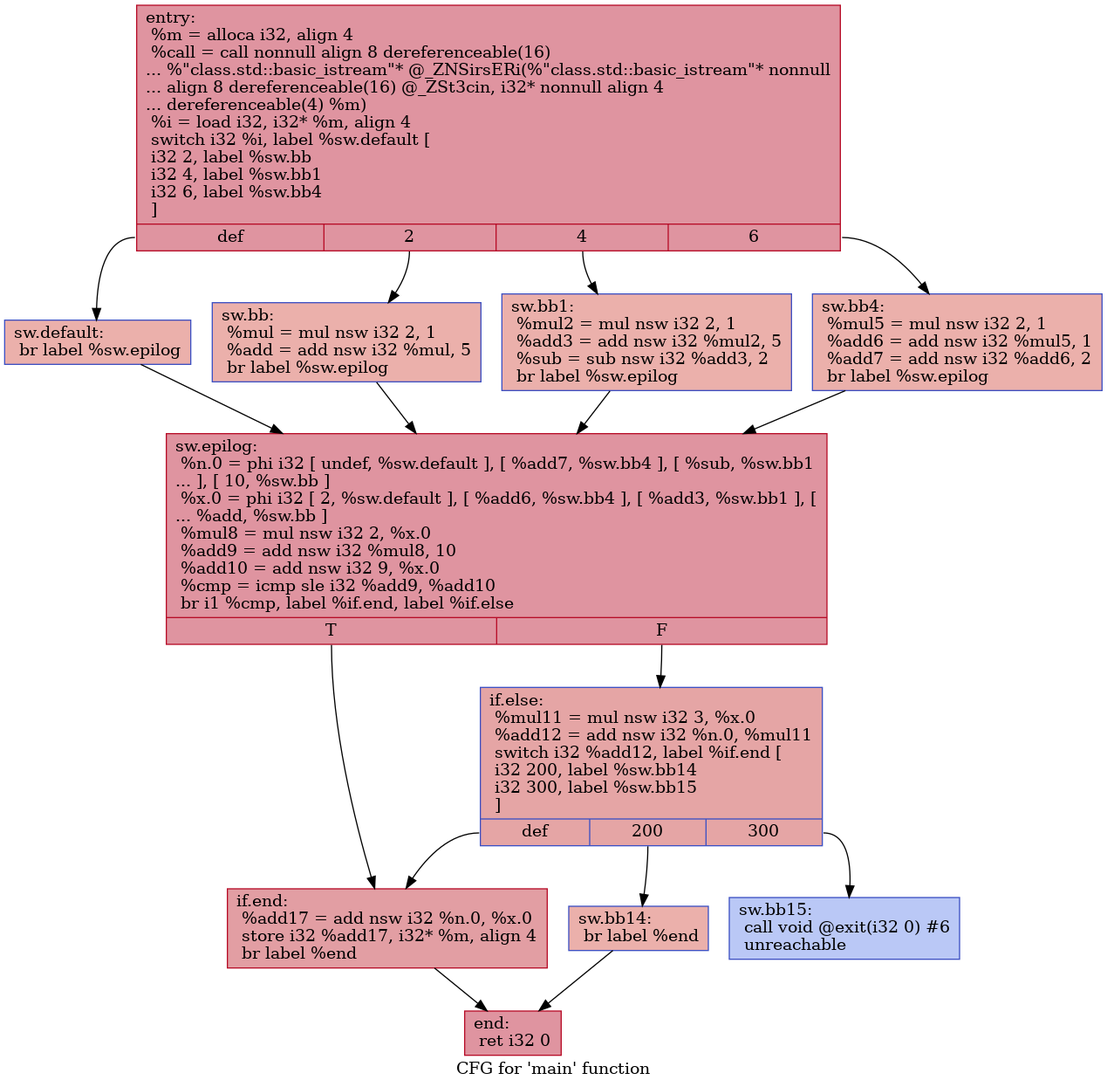
The Graphviz diagram IR/cfg/baseline.dot.png in HPSSA-LLVM/HPSSA-LLVM, before a commit. Its source is kept beside it as IR/cfg/baseline.dot.
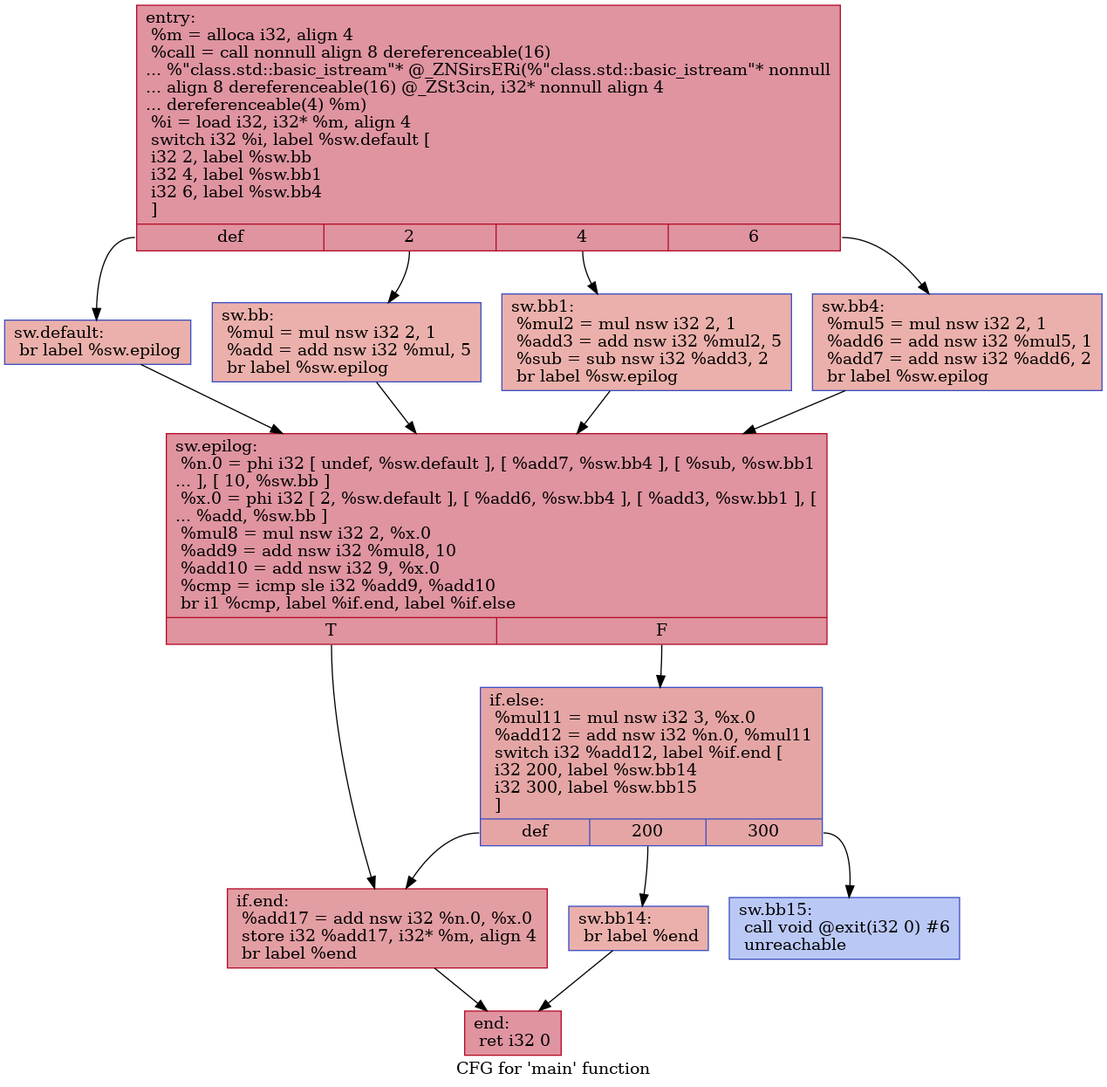
Above is the later version.

Change to the diagram source:
```diff
@@ -1,30 +1,30 @@
 digraph "CFG for 'main' function" {
 	label="CFG for 'main' function";
 
-	Node0x55e5fd2a7d50 [shape=record,color="#b70d28ff", style=filled, fillcolor="#b70d2870",label="{entry:\l  %m = alloca i32, align 4\l  %call = call nonnull align 8 dereferenceable(16)\l... %\"class.std::basic_istream\"* @_ZNSirsERi(%\"class.std::basic_istream\"* nonnull\l... align 8 dereferenceable(16) @_ZSt3cin, i32* nonnull align 4\l... dereferenceable(4) %m)\l  %i = load i32, i32* %m, align 4\l  switch i32 %i, label %sw.default [\l    i32 2, label %sw.bb\l    i32 4, label %sw.bb1\l    i32 6, label %sw.bb4\l  ]\l|{<s0>def|<s1>2|<s2>4|<s3>6}}"];
-	Node0x55e5fd2a7d50:s0 -> Node0x55e5fd2a81c0;
-	Node0x55e5fd2a7d50:s1 -> Node0x55e5fd2a82d0;
-	Node0x55e5fd2a7d50:s2 -> Node0x55e5fd2a83d0;
-	Node0x55e5fd2a7d50:s3 -> Node0x55e5fd2a84d0;
-	Node0x55e5fd2a82d0 [shape=record,color="#3d50c3ff", style=filled, fillcolor="#d24b4070",label="{sw.bb:                                            \l  %mul = mul nsw i32 2, 1\l  %add = add nsw i32 %mul, 5\l  br label %sw.epilog\l}"];
-	Node0x55e5fd2a82d0 -> Node0x55e5fd2a8780;
-	Node0x55e5fd2a83d0 [shape=record,color="#3d50c3ff", style=filled, fillcolor="#d24b4070",label="{sw.bb1:                                           \l  %mul2 = mul nsw i32 2, 1\l  %add3 = add nsw i32 %mul2, 5\l  %sub = sub nsw i32 %add3, 2\l  br label %sw.epilog\l}"];
-	Node0x55e5fd2a83d0 -> Node0x55e5fd2a8780;
-	Node0x55e5fd2a84d0 [shape=record,color="#3d50c3ff", style=filled, fillcolor="#d24b4070",label="{sw.bb4:                                           \l  %mul5 = mul nsw i32 2, 1\l  %add6 = add nsw i32 %mul5, 1\l  %add7 = add nsw i32 %add6, 2\l  br label %sw.epilog\l}"];
-	Node0x55e5fd2a84d0 -> Node0x55e5fd2a8780;
-	Node0x55e5fd2a81c0 [shape=record,color="#3d50c3ff", style=filled, fillcolor="#d24b4070",label="{sw.default:                                       \l  br label %sw.epilog\l}"];
-	Node0x55e5fd2a81c0 -> Node0x55e5fd2a8780;
-	Node0x55e5fd2a8780 [shape=record,color="#b70d28ff", style=filled, fillcolor="#b70d2870",label="{sw.epilog:                                        \l  %n.0 = phi i32 [ undef, %sw.default ], [ %add7, %sw.bb4 ], [ %sub, %sw.bb1\l... ], [ 10, %sw.bb ]\l  %x.0 = phi i32 [ 2, %sw.default ], [ %add6, %sw.bb4 ], [ %add3, %sw.bb1 ], [\l... %add, %sw.bb ]\l  %mul8 = mul nsw i32 2, %x.0\l  %add9 = add nsw i32 %mul8, 10\l  %add10 = add nsw i32 9, %x.0\l  %cmp = icmp sle i32 %add9, %add10\l  br i1 %cmp, label %if.end, label %if.else\l|{<s0>T|<s1>F}}"];
-	Node0x55e5fd2a8780:s0 -> Node0x55e5fd2a9910;
-	Node0x55e5fd2a8780:s1 -> Node0x55e5fd2a9980;
-	Node0x55e5fd2a9980 [shape=record,color="#3d50c3ff", style=filled, fillcolor="#c5333470",label="{if.else:                                          \l  %mul11 = mul nsw i32 3, %x.0\l  %add12 = add nsw i32 %n.0, %mul11\l  switch i32 %add12, label %if.end [\l    i32 200, label %sw.bb14\l    i32 300, label %sw.bb15\l  ]\l|{<s0>def|<s1>200|<s2>300}}"];
-	Node0x55e5fd2a9980:s0 -> Node0x55e5fd2a9910;
-	Node0x55e5fd2a9980:s1 -> Node0x55e5fd2a9f80;
-	Node0x55e5fd2a9980:s2 -> Node0x55e5fd2aa020;
-	Node0x55e5fd2a9f80 [shape=record,color="#3d50c3ff", style=filled, fillcolor="#d24b4070",label="{sw.bb14:                                          \l  br label %end\l}"];
-	Node0x55e5fd2a9f80 -> Node0x55e5fd2aa1b0;
-	Node0x55e5fd2aa020 [shape=record,color="#3d50c3ff", style=filled, fillcolor="#6282ea70",label="{sw.bb15:                                          \l  call void @exit(i32 0) #6\l  unreachable\l}"];
-	Node0x55e5fd2a9910 [shape=record,color="#b70d28ff", style=filled, fillcolor="#be242e70",label="{if.end:                                           \l  %add17 = add nsw i32 %n.0, %x.0\l  store i32 %add17, i32* %m, align 4\l  br label %end\l}"];
-	Node0x55e5fd2a9910 -> Node0x55e5fd2aa1b0;
-	Node0x55e5fd2aa1b0 [shape=record,color="#b70d28ff", style=filled, fillcolor="#b70d2870",label="{end:                                              \l  ret i32 0\l}"];
+	Node0x5648b9d50200 [shape=record,color="#b70d28ff", style=filled, fillcolor="#b70d2870",label="{entry:\l  %m = alloca i32, align 4\l  %call = call nonnull align 8 dereferenceable(16)\l... %\"class.std::basic_istream\"* @_ZNSirsERi(%\"class.std::basic_istream\"* nonnull\l... align 8 dereferenceable(16) @_ZSt3cin, i32* nonnull align 4\l... dereferenceable(4) %m)\l  %i = load i32, i32* %m, align 4\l  switch i32 %i, label %sw.default [\l    i32 2, label %sw.bb\l    i32 4, label %sw.bb1\l    i32 6, label %sw.bb4\l  ]\l|{<s0>def|<s1>2|<s2>4|<s3>6}}"];
+	Node0x5648b9d50200:s0 -> Node0x5648b9d50640;
+	Node0x5648b9d50200:s1 -> Node0x5648b9d50750;
+	Node0x5648b9d50200:s2 -> Node0x5648b9d50850;
+	Node0x5648b9d50200:s3 -> Node0x5648b9d50950;
+	Node0x5648b9d50750 [shape=record,color="#3d50c3ff", style=filled, fillcolor="#d24b4070",label="{sw.bb:                                            \l  %mul = mul nsw i32 2, 1\l  %add = add nsw i32 %mul, 5\l  br label %sw.epilog\l}"];
+	Node0x5648b9d50750 -> Node0x5648b9d50c00;
+	Node0x5648b9d50850 [shape=record,color="#3d50c3ff", style=filled, fillcolor="#d24b4070",label="{sw.bb1:                                           \l  %mul2 = mul nsw i32 2, 1\l  %add3 = add nsw i32 %mul2, 5\l  %sub = sub nsw i32 %add3, 2\l  br label %sw.epilog\l}"];
+	Node0x5648b9d50850 -> Node0x5648b9d50c00;
+	Node0x5648b9d50950 [shape=record,color="#3d50c3ff", style=filled, fillcolor="#d24b4070",label="{sw.bb4:                                           \l  %mul5 = mul nsw i32 2, 1\l  %add6 = add nsw i32 %mul5, 1\l  %add7 = add nsw i32 %add6, 2\l  br label %sw.epilog\l}"];
+	Node0x5648b9d50950 -> Node0x5648b9d50c00;
+	Node0x5648b9d50640 [shape=record,color="#3d50c3ff", style=filled, fillcolor="#d24b4070",label="{sw.default:                                       \l  br label %sw.epilog\l}"];
+	Node0x5648b9d50640 -> Node0x5648b9d50c00;
+	Node0x5648b9d50c00 [shape=record,color="#b70d28ff", style=filled, fillcolor="#b70d2870",label="{sw.epilog:                                        \l  %n.0 = phi i32 [ undef, %sw.default ], [ %add7, %sw.bb4 ], [ %sub, %sw.bb1\l... ], [ 10, %sw.bb ]\l  %x.0 = phi i32 [ 2, %sw.default ], [ %add6, %sw.bb4 ], [ %add3, %sw.bb1 ], [\l... %add, %sw.bb ]\l  %mul8 = mul nsw i32 2, %x.0\l  %add9 = add nsw i32 %mul8, 10\l  %add10 = add nsw i32 9, %x.0\l  %cmp = icmp sle i32 %add9, %add10\l  br i1 %cmp, label %if.end, label %if.else\l|{<s0>T|<s1>F}}"];
+	Node0x5648b9d50c00:s0 -> Node0x5648b9d51d90;
+	Node0x5648b9d50c00:s1 -> Node0x5648b9d51e00;
+	Node0x5648b9d51e00 [shape=record,color="#3d50c3ff", style=filled, fillcolor="#c5333470",label="{if.else:                                          \l  %mul11 = mul nsw i32 3, %x.0\l  %add12 = add nsw i32 %n.0, %mul11\l  switch i32 %add12, label %if.end [\l    i32 200, label %sw.bb14\l    i32 300, label %sw.bb15\l  ]\l|{<s0>def|<s1>200|<s2>300}}"];
+	Node0x5648b9d51e00:s0 -> Node0x5648b9d51d90;
+	Node0x5648b9d51e00:s1 -> Node0x5648b9d52400;
+	Node0x5648b9d51e00:s2 -> Node0x5648b9d524a0;
+	Node0x5648b9d52400 [shape=record,color="#3d50c3ff", style=filled, fillcolor="#d24b4070",label="{sw.bb14:                                          \l  br label %end\l}"];
+	Node0x5648b9d52400 -> Node0x5648b9d52630;
+	Node0x5648b9d524a0 [shape=record,color="#3d50c3ff", style=filled, fillcolor="#6282ea70",label="{sw.bb15:                                          \l  call void @exit(i32 0) #6\l  unreachable\l}"];
+	Node0x5648b9d51d90 [shape=record,color="#b70d28ff", style=filled, fillcolor="#be242e70",label="{if.end:                                           \l  %add17 = add nsw i32 %n.0, %x.0\l  store i32 %add17, i32* %m, align 4\l  br label %end\l}"];
+	Node0x5648b9d51d90 -> Node0x5648b9d52630;
+	Node0x5648b9d52630 [shape=record,color="#b70d28ff", style=filled, fillcolor="#b70d2870",label="{end:                                              \l  ret i32 0\l}"];
 }
```
